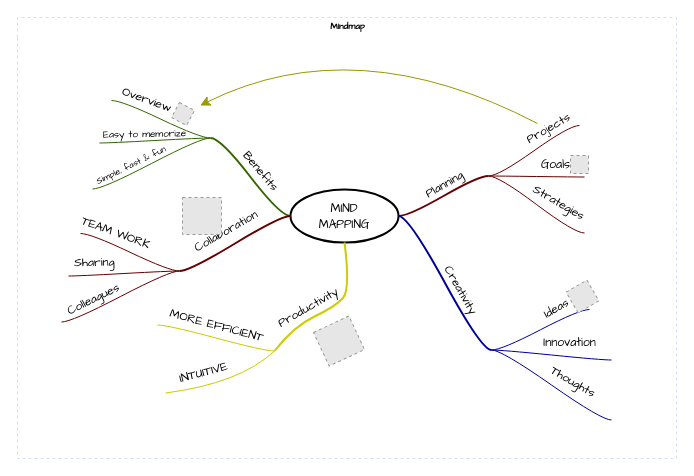
The draw.io diagram Untitled Diagram.drawio in syedzubyl/GFG-Bot, before the edit. Source tidied: cells renumbered, new cells numbered last; positions are measured from the earlier drawing's top-left corner, leaving out a move shared by most shapes. Both pictures are drawn from the tidied source at 100%, with x=0, y=0 at pixel (17, 17). Pictures stored in the file or linked from it are replaced by grey dashed boxes.
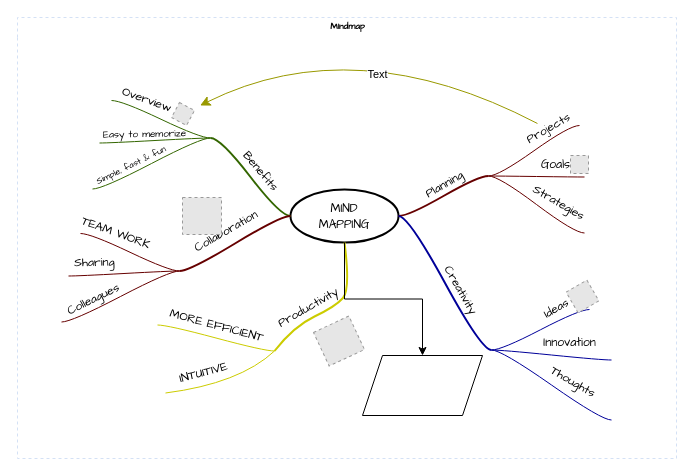
After the change.

The change refers to these unchanged cells:
```xml
<mxCell id="3" value="&lt;font face=&quot;Comic Sans MS&quot;&gt;MIND&lt;br&gt;MAPPING&lt;/font&gt;" style="ellipse;whiteSpace=wrap;html=1;align=center;strokeWidth=2;" parent="2" vertex="1">
  <mxGeometry x="273" y="172" width="108" height="53" as="geometry" />
</mxCell>
<mxCell id="45" style="endArrow=classic;html=1;curved=1;sourcePerimeterSpacing=10;strokeColor=#999900;targetPerimeterSpacing=7;rounded=0;fontSize=12;startSize=8;endSize=8;" parent="2" edge="1" source="9" target="44">
  <mxGeometry relative="1" as="geometry">
    <Array as="points">
      <mxPoint x="338" y="11" />
    </Array>
  </mxGeometry>
</mxCell>
```

The edit, as a diff of the source:
```diff
@@
+    <mxCell id="72" value="Text" style="edgeLabel;html=1;align=center;verticalAlign=middle;" parent="45" vertex="1">
+      <mxGeometry x="-0.13" y="31" relative="1" as="geometry">
+        <mxPoint y="-1" as="offset" />
+      </mxGeometry>
+    </mxCell>
@@
+    <mxCell id="73" style="shape=parallelogram;perimeter=parallelogramPerimeter;whiteSpace=wrap;html=1;fixedSize=1;" parent="1" vertex="1">
+      <mxGeometry x="345" y="338" width="120" height="60" as="geometry" />
+    </mxCell>
+    <mxCell id="74" style="edgeStyle=orthogonalEdgeStyle;rounded=0;jettySize=auto;html=1;" parent="1" edge="1" source="3" target="73">
+      <mxGeometry relative="1" as="geometry" />
+    </mxCell>
```
